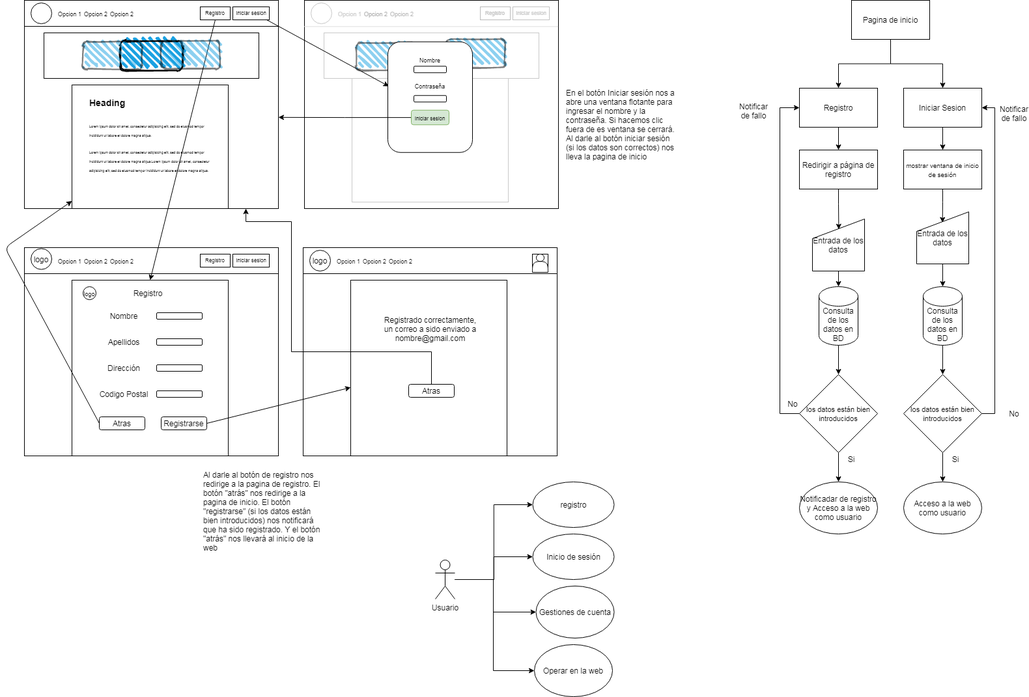
Before: Archivos word e imágenes/aplicaciones entorno servidor/Ejercicio Diagrama.png, a diagram exported from draw.io (mikels111/DesarroloDeAplicacionesWeb). Source tidied: cells renumbered, new cells last; positions are measured from the earlier drawing's top-left corner, leaving out a move shared by most shapes.
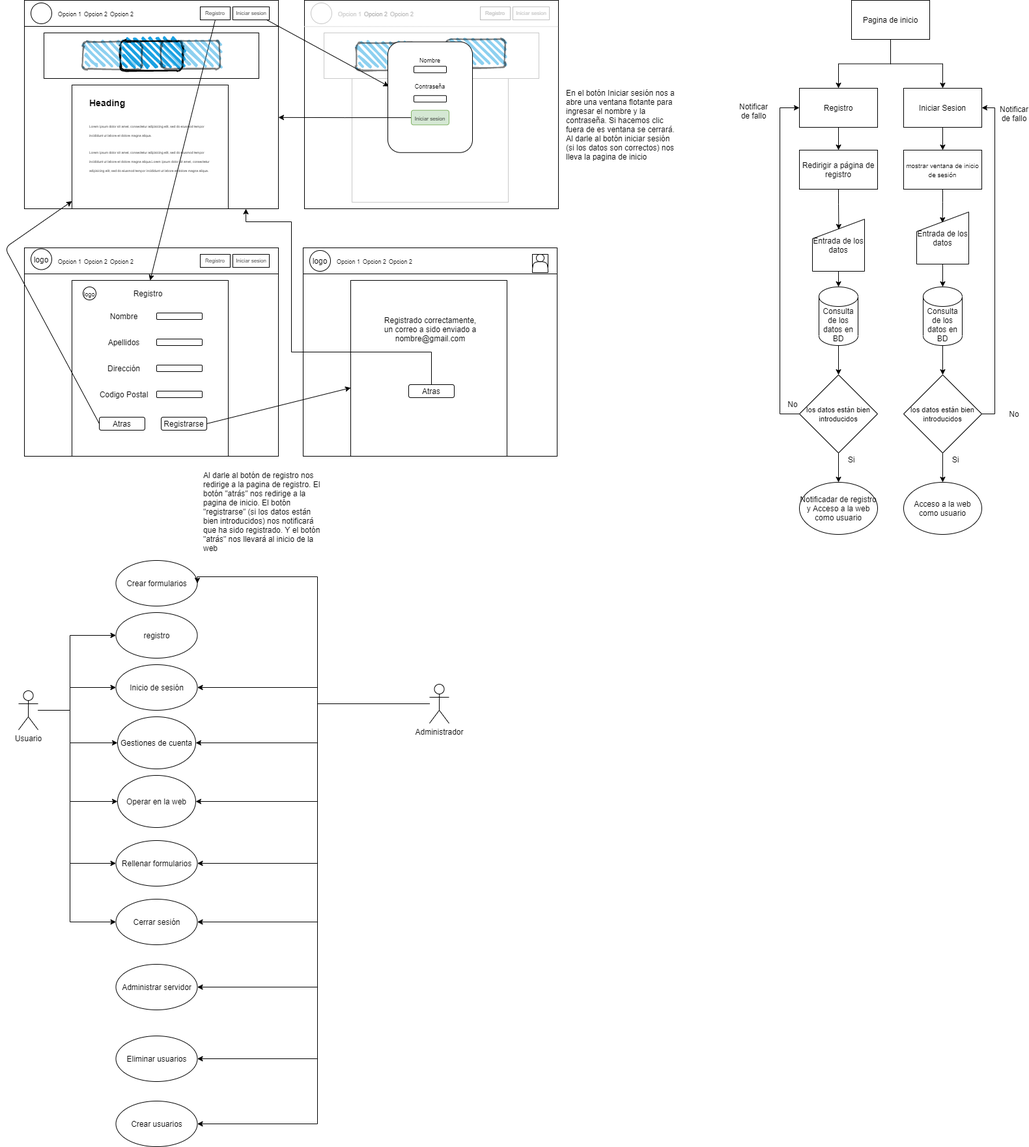
The same diagram one commit later.

Diff of the diagram source:
```diff
@@ -299,41 +299,67 @@
       <mxGeometry x="1130" y="160" width="40" height="20" as="geometry" />
     </mxCell>
     <mxCell id="94" style="edgeStyle=orthogonalEdgeStyle;rounded=0;jettySize=auto;html=1;entryX=0;entryY=0.5;entryDx=0;entryDy=0;" parent="1" edge="1" source="98" target="99">
-      <mxGeometry relative="1" as="geometry" />
+      <mxGeometry relative="1" as="geometry">
+        <Array as="points">
+          <mxPoint x="100" y="1090" />
+          <mxPoint x="100" y="975" />
+        </Array>
+      </mxGeometry>
     </mxCell>
     <mxCell id="95" style="edgeStyle=orthogonalEdgeStyle;rounded=0;jettySize=auto;html=1;entryX=0;entryY=0.5;entryDx=0;entryDy=0;" parent="1" edge="1" source="98" target="100">
-      <mxGeometry relative="1" as="geometry" />
+      <mxGeometry relative="1" as="geometry">
+        <Array as="points">
+          <mxPoint x="100" y="1090" />
+          <mxPoint x="100" y="1055" />
+        </Array>
+      </mxGeometry>
     </mxCell>
     <mxCell id="96" style="edgeStyle=orthogonalEdgeStyle;rounded=0;jettySize=auto;html=1;entryX=0;entryY=0.5;entryDx=0;entryDy=0;" parent="1" edge="1" source="98" target="101">
       <mxGeometry relative="1" as="geometry">
         <Array as="points">
-          <mxPoint x="750" y="890" />
-          <mxPoint x="750" y="940" />
+          <mxPoint x="100" y="1090" />
+          <mxPoint x="100" y="1140" />
         </Array>
       </mxGeometry>
     </mxCell>
     <mxCell id="97" style="edgeStyle=orthogonalEdgeStyle;rounded=0;jettySize=auto;html=1;entryX=0;entryY=0.5;entryDx=0;entryDy=0;" parent="1" edge="1" source="98" target="102">
       <mxGeometry relative="1" as="geometry">
         <Array as="points">
-          <mxPoint x="750" y="890" />
-          <mxPoint x="750" y="1030" />
+          <mxPoint x="100" y="1090" />
+          <mxPoint x="100" y="1230" />
         </Array>
       </mxGeometry>
     </mxCell>
+    <mxCell id="124" style="edgeStyle=orthogonalEdgeStyle;rounded=0;jettySize=auto;html=1;entryX=0;entryY=0.5;entryDx=0;entryDy=0;" parent="1" edge="1" source="98" target="127">
+      <mxGeometry relative="1" as="geometry">
+        <Array as="points">
+          <mxPoint x="100" y="1090" />
+          <mxPoint x="100" y="1325" />
+        </Array>
+      </mxGeometry>
+    </mxCell>
+    <mxCell id="125" style="edgeStyle=orthogonalEdgeStyle;rounded=0;jettySize=auto;html=1;entryX=0;entryY=0.5;entryDx=0;entryDy=0;" parent="1" edge="1" source="98" target="138">
+      <mxGeometry relative="1" as="geometry">
+        <Array as="points">
+          <mxPoint x="100" y="1090" />
+          <mxPoint x="100" y="1415" />
+        </Array>
+      </mxGeometry>
+    </mxCell>
     <mxCell id="98" value="Usuario" style="shape=umlActor;verticalLabelPosition=bottom;verticalAlign=top;html=1;outlineConnect=0;" parent="1" vertex="1">
-      <mxGeometry x="661" y="860" width="30" height="60" as="geometry" />
+      <mxGeometry x="21" y="1060" width="30" height="60" as="geometry" />
     </mxCell>
     <mxCell id="99" value="registro" style="ellipse;whiteSpace=wrap;html=1;" parent="1" vertex="1">
-      <mxGeometry x="810.5" y="740" width="125" height="70" as="geometry" />
+      <mxGeometry x="170.5" y="940" width="125" height="70" as="geometry" />
     </mxCell>
     <mxCell id="100" value="Inicio de sesión" style="ellipse;whiteSpace=wrap;html=1;" parent="1" vertex="1">
-      <mxGeometry x="810.5" y="820" width="125" height="70" as="geometry" />
+      <mxGeometry x="170.5" y="1020" width="125" height="70" as="geometry" />
     </mxCell>
     <mxCell id="101" value="Gestiones de cuenta" style="ellipse;whiteSpace=wrap;html=1;" parent="1" vertex="1">
-      <mxGeometry x="815.5" y="900" width="120" height="80" as="geometry" />
+      <mxGeometry x="173" y="1100" width="120" height="80" as="geometry" />
     </mxCell>
     <mxCell id="102" value="Operar en la web" style="ellipse;whiteSpace=wrap;html=1;" parent="1" vertex="1">
-      <mxGeometry x="813" y="990" width="120" height="80" as="geometry" />
+      <mxGeometry x="173" y="1190" width="120" height="80" as="geometry" />
     </mxCell>
     <mxCell id="103" value="Entrada de los datos" style="shape=manualInput;whiteSpace=wrap;html=1;" parent="1" vertex="1">
       <mxGeometry x="1240" y="336" width="80" height="80" as="geometry" />
@@ -398,5 +424,98 @@
     <mxCell id="123" value="Al darle al botón de registro nos redirige a la pagina de registro. El botón &quot;atrás&quot; nos redirige a la pagina de inicio. El botón &quot;registrarse&quot; (si los datos están bien introducidos) nos notificará que ha sido registrado. Y el botón &quot;atrás&quot; nos llevará al inicio de la web" style="text;html=1;strokeColor=none;fillColor=none;align=left;verticalAlign=middle;whiteSpace=wrap;rounded=0;opacity=50;" parent="1" vertex="1">
       <mxGeometry x="303" y="720" width="190" height="130" as="geometry" />
     </mxCell>
+    <mxCell id="126" value="Crear formularios" style="ellipse;whiteSpace=wrap;html=1;" parent="1" vertex="1">
+      <mxGeometry x="170.5" y="860" width="125" height="70" as="geometry" />
+    </mxCell>
+    <mxCell id="127" value="Rellenar formularios" style="ellipse;whiteSpace=wrap;html=1;" parent="1" vertex="1">
+      <mxGeometry x="170.5" y="1290" width="125" height="70" as="geometry" />
+    </mxCell>
+    <mxCell id="128" style="edgeStyle=orthogonalEdgeStyle;rounded=0;jettySize=auto;html=1;entryX=1;entryY=0.5;entryDx=0;entryDy=0;" parent="1" edge="1" source="137" target="126">
+      <mxGeometry relative="1" as="geometry">
+        <Array as="points">
+          <mxPoint x="480" y="1080" />
+          <mxPoint x="480" y="885" />
+        </Array>
+      </mxGeometry>
+    </mxCell>
+    <mxCell id="129" style="edgeStyle=orthogonalEdgeStyle;rounded=0;jettySize=auto;html=1;" parent="1" edge="1" source="137" target="101">
+      <mxGeometry relative="1" as="geometry">
+        <Array as="points">
+          <mxPoint x="480" y="1080" />
+          <mxPoint x="480" y="1140" />
+        </Array>
+      </mxGeometry>
+    </mxCell>
+    <mxCell id="130" style="edgeStyle=orthogonalEdgeStyle;rounded=0;jettySize=auto;html=1;entryX=1;entryY=0.5;entryDx=0;entryDy=0;" parent="1" edge="1" source="137" target="100">
+      <mxGeometry relative="1" as="geometry">
+        <Array as="points">
+          <mxPoint x="480" y="1080" />
+          <mxPoint x="480" y="1055" />
+        </Array>
+      </mxGeometry>
+    </mxCell>
+    <mxCell id="131" style="edgeStyle=orthogonalEdgeStyle;rounded=0;jettySize=auto;html=1;entryX=1;entryY=0.5;entryDx=0;entryDy=0;" parent="1" edge="1" source="137" target="102">
+      <mxGeometry relative="1" as="geometry">
+        <Array as="points">
+          <mxPoint x="480" y="1080" />
+          <mxPoint x="480" y="1230" />
+        </Array>
+      </mxGeometry>
+    </mxCell>
+    <mxCell id="132" style="edgeStyle=orthogonalEdgeStyle;rounded=0;jettySize=auto;html=1;entryX=1;entryY=0.5;entryDx=0;entryDy=0;" parent="1" edge="1" source="137" target="127">
+      <mxGeometry relative="1" as="geometry">
+        <Array as="points">
+          <mxPoint x="480" y="1080" />
+          <mxPoint x="480" y="1325" />
+        </Array>
+      </mxGeometry>
+    </mxCell>
+    <mxCell id="133" style="edgeStyle=orthogonalEdgeStyle;rounded=0;jettySize=auto;html=1;entryX=1;entryY=0.5;entryDx=0;entryDy=0;" parent="1" edge="1" source="137" target="138">
+      <mxGeometry relative="1" as="geometry">
+        <Array as="points">
+          <mxPoint x="480" y="1080" />
+          <mxPoint x="480" y="1415" />
+        </Array>
+      </mxGeometry>
+    </mxCell>
+    <mxCell id="134" style="edgeStyle=orthogonalEdgeStyle;rounded=0;jettySize=auto;html=1;entryX=1;entryY=0.5;entryDx=0;entryDy=0;" parent="1" edge="1" source="137" target="139">
+      <mxGeometry relative="1" as="geometry">
+        <Array as="points">
+          <mxPoint x="480" y="1080" />
+          <mxPoint x="480" y="1515" />
+        </Array>
+      </mxGeometry>
+    </mxCell>
+    <mxCell id="135" style="edgeStyle=orthogonalEdgeStyle;rounded=0;jettySize=auto;html=1;entryX=1;entryY=0.5;entryDx=0;entryDy=0;" parent="1" edge="1" source="137" target="140">
+      <mxGeometry relative="1" as="geometry">
+        <Array as="points">
+          <mxPoint x="480" y="1080" />
+          <mxPoint x="480" y="1625" />
+        </Array>
+      </mxGeometry>
+    </mxCell>
+    <mxCell id="136" style="edgeStyle=orthogonalEdgeStyle;rounded=0;jettySize=auto;html=1;entryX=1;entryY=0.5;entryDx=0;entryDy=0;" parent="1" edge="1" source="137" target="141">
+      <mxGeometry relative="1" as="geometry">
+        <Array as="points">
+          <mxPoint x="480" y="1080" />
+          <mxPoint x="480" y="1725" />
+        </Array>
+      </mxGeometry>
+    </mxCell>
+    <mxCell id="137" value="Administrador" style="shape=umlActor;verticalLabelPosition=bottom;verticalAlign=top;html=1;outlineConnect=0;" parent="1" vertex="1">
+      <mxGeometry x="652" y="1050" width="30" height="60" as="geometry" />
+    </mxCell>
+    <mxCell id="138" value="Cerrar sesión" style="ellipse;whiteSpace=wrap;html=1;" parent="1" vertex="1">
+      <mxGeometry x="170.5" y="1380" width="125" height="70" as="geometry" />
+    </mxCell>
+    <mxCell id="139" value="Administrar servidor" style="ellipse;whiteSpace=wrap;html=1;" parent="1" vertex="1">
+      <mxGeometry x="170.5" y="1480" width="125" height="70" as="geometry" />
+    </mxCell>
+    <mxCell id="140" value="Eliminar usuarios" style="ellipse;whiteSpace=wrap;html=1;" parent="1" vertex="1">
+      <mxGeometry x="170.5" y="1590" width="125" height="70" as="geometry" />
+    </mxCell>
+    <mxCell id="141" value="Crear usuarios" style="ellipse;whiteSpace=wrap;html=1;" parent="1" vertex="1">
+      <mxGeometry x="170.5" y="1690" width="125" height="70" as="geometry" />
+    </mxCell>
   </root>
 </mxGraphModel>
```
